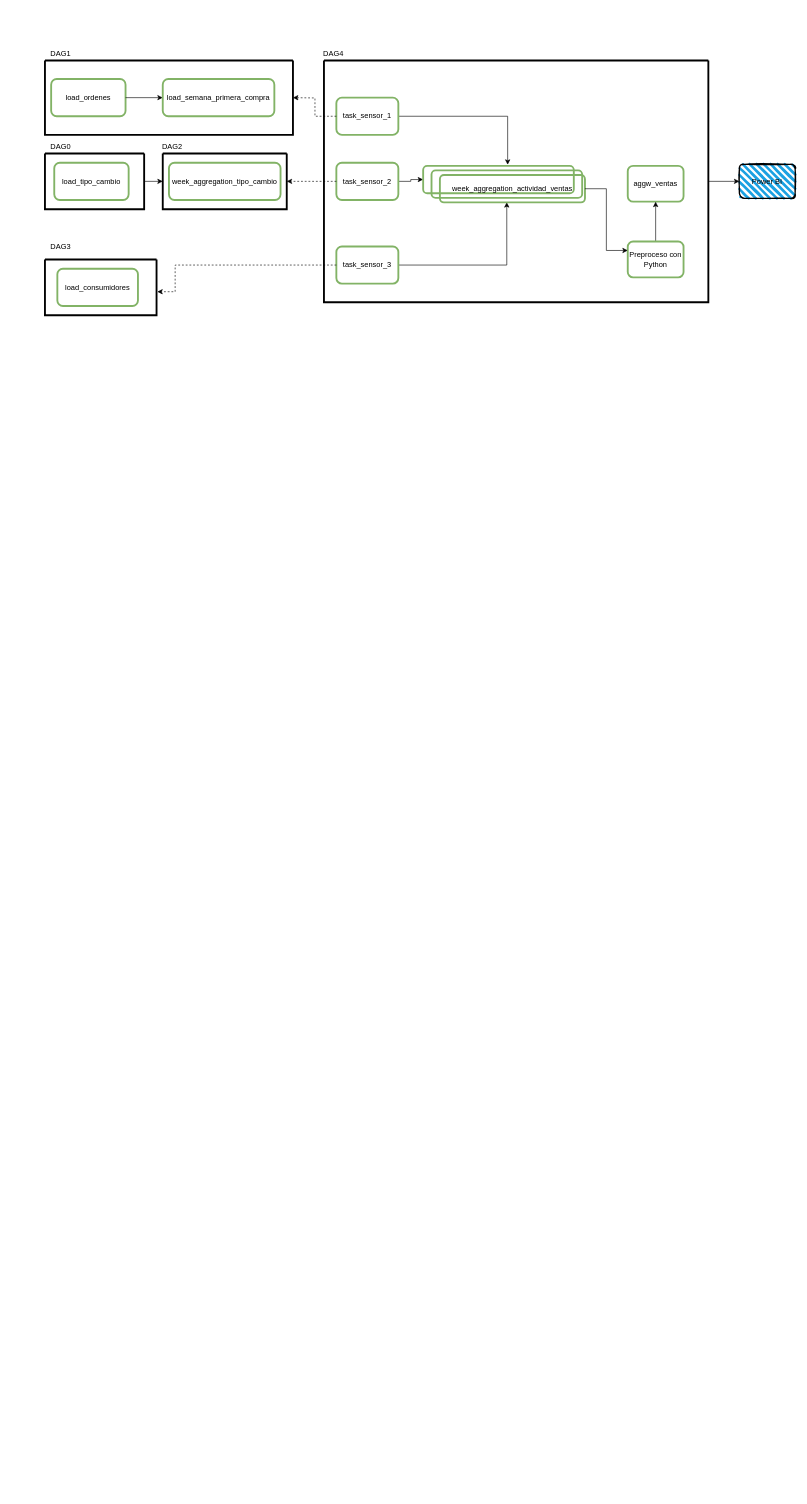
The draw.io diagram page "DAGs" (3 of 4) of fuXion_model.drawio in calobetoleon/fuxion_design, before the edit. Source tidied: cells renumbered, new cells numbered last; positions are measured from the earlier drawing's top-left corner, leaving out a move shared by most shapes. Both pictures are drawn from the tidied source at 62%, with x=0, y=0 at pixel (45, 48).
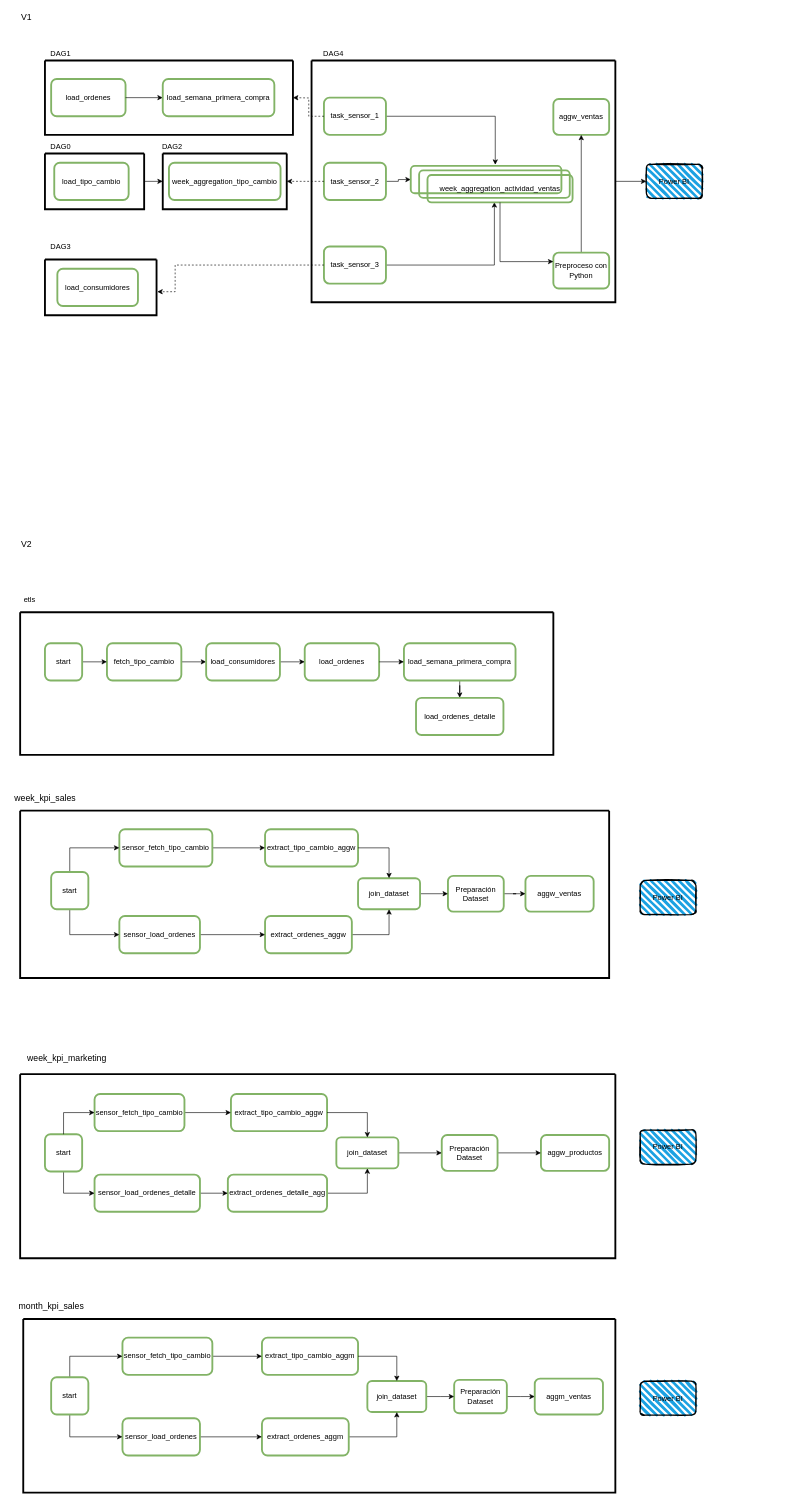
The same diagram, later.

Change to the diagram source:
```diff
@@
     <mxCell id="2" value="Power BI" style="rounded=1;whiteSpace=wrap;html=1;strokeWidth=2;fillWeight=4;hachureGap=8;hachureAngle=45;fillColor=#1ba1e2;sketch=1;" parent="1" vertex="1">
-      <mxGeometry x="1120" y="187.5" width="90" height="55" as="geometry" />
+      <mxGeometry x="970" y="187.5" width="90" height="55" as="geometry" />
     </mxCell>
@@
     <mxCell id="8" style="swimlane;startSize=0;strokeWidth=3;fillColor=none;gradientColor=none;" parent="1" vertex="1">
-      <mxGeometry x="450" y="20" width="620" height="390" as="geometry" />
+      <mxGeometry x="430" y="20" width="490" height="390" as="geometry" />
     </mxCell>
@@
     <mxCell id="19" value="aggw_ventas" style="rounded=1;whiteSpace=wrap;html=1;fillColor=none;strokeColor=#82b366;strokeWidth=3;" parent="8" vertex="1">
-      <mxGeometry x="490" y="170" width="90" height="57.8" as="geometry" />
+      <mxGeometry x="390" y="62.2" width="90" height="57.8" as="geometry" />
     </mxCell>
@@
     <mxCell id="21" value="Preproceso con Python" style="rounded=1;whiteSpace=wrap;html=1;fillColor=none;strokeColor=#82b366;strokeWidth=3;" parent="8" vertex="1">
-      <mxGeometry x="490" y="292" width="90" height="57.8" as="geometry" />
+      <mxGeometry x="390" y="310" width="90" height="57.8" as="geometry" />
     </mxCell>
@@
+    <mxCell id="38" value="V1" style="text;html=1;align=center;verticalAlign=middle;strokeColor=none;fillColor=none;fontSize=14;" parent="1" vertex="1">
+      <mxGeometry x="-45" y="-60" width="30" height="20" as="geometry" />
+    </mxCell>
+    <mxCell id="39" style="swimlane;startSize=0;strokeWidth=3;fillColor=none;gradientColor=none;" parent="1" vertex="1">
+      <mxGeometry x="-40" y="910" width="860" height="230" as="geometry" />
+    </mxCell>
+    <mxCell id="40" value="load_ordenes" style="rounded=1;whiteSpace=wrap;html=1;fillColor=none;strokeColor=#82b366;strokeWidth=3;" parent="39" vertex="1">
+      <mxGeometry x="459" y="50" width="120" height="60" as="geometry" />
+    </mxCell>
+    <mxCell id="41" style="edgeStyle=orthogonalEdgeStyle;rounded=0;jettySize=auto;html=1;fontSize=14;" parent="39" edge="1" source="42" target="47">
+      <mxGeometry relative="1" as="geometry" />
+    </mxCell>
+    <mxCell id="42" value="fetch_tipo_cambio" style="rounded=1;whiteSpace=wrap;html=1;fillColor=none;strokeColor=#82b366;strokeWidth=3;" parent="39" vertex="1">
+      <mxGeometry x="140" y="50" width="120" height="60" as="geometry" />
+    </mxCell>
+    <mxCell id="43" style="edgeStyle=orthogonalEdgeStyle;rounded=0;jettySize=auto;html=1;fontSize=14;" parent="39" edge="1" source="44" target="48">
+      <mxGeometry relative="1" as="geometry" />
+    </mxCell>
+    <mxCell id="44" value="load_semana_primera_compra" style="rounded=1;whiteSpace=wrap;html=1;fillColor=none;strokeColor=#82b366;strokeWidth=3;" parent="39" vertex="1">
+      <mxGeometry x="619" y="50" width="180" height="60" as="geometry" />
+    </mxCell>
+    <mxCell id="45" style="edgeStyle=orthogonalEdgeStyle;rounded=0;jettySize=auto;html=1;" parent="39" edge="1" source="40" target="44">
+      <mxGeometry relative="1" as="geometry" />
+    </mxCell>
+    <mxCell id="46" style="edgeStyle=orthogonalEdgeStyle;rounded=0;jettySize=auto;html=1;fontSize=14;" parent="39" edge="1" source="47" target="40">
+      <mxGeometry relative="1" as="geometry" />
+    </mxCell>
+    <mxCell id="47" value="load_consumidores" style="rounded=1;whiteSpace=wrap;html=1;fillColor=none;strokeColor=#82b366;strokeWidth=3;" parent="39" vertex="1">
+      <mxGeometry x="300" y="50" width="119" height="60" as="geometry" />
+    </mxCell>
+    <mxCell id="48" value="load_ordenes_detalle" style="rounded=1;whiteSpace=wrap;html=1;fillColor=none;strokeColor=#82b366;strokeWidth=3;" parent="39" vertex="1">
+      <mxGeometry x="638.5" y="138" width="141" height="60" as="geometry" />
+    </mxCell>
+    <mxCell id="49" style="edgeStyle=orthogonalEdgeStyle;rounded=0;jettySize=auto;html=1;fontSize=14;" parent="39" edge="1" source="50" target="42">
+      <mxGeometry relative="1" as="geometry" />
+    </mxCell>
+    <mxCell id="50" value="start" style="rounded=1;whiteSpace=wrap;html=1;fillColor=none;strokeColor=#82b366;strokeWidth=3;" parent="39" vertex="1">
+      <mxGeometry x="40" y="50" width="60" height="60" as="geometry" />
+    </mxCell>
+    <mxCell id="51" value="V2" style="text;html=1;align=center;verticalAlign=middle;strokeColor=none;fillColor=none;fontSize=14;" parent="1" vertex="1">
+      <mxGeometry x="-45" y="790" width="30" height="20" as="geometry" />
+    </mxCell>
+    <mxCell id="52" value="etls" style="text;html=1;align=center;verticalAlign=middle;strokeColor=none;fillColor=none;" parent="1" vertex="1">
+      <mxGeometry x="-40" y="880" width="30" height="20" as="geometry" />
+    </mxCell>
+    <mxCell id="53" style="swimlane;startSize=0;rounded=0;shadow=0;glass=0;sketch=0;fontSize=14;fillColor=none;align=center;verticalAlign=middle;strokeWidth=3;" parent="1" vertex="1">
+      <mxGeometry x="-40" y="1230" width="950" height="270" as="geometry" />
+    </mxCell>
+    <mxCell id="54" value="aggw_ventas" style="rounded=1;whiteSpace=wrap;html=1;fillColor=none;strokeColor=#82b366;strokeWidth=3;" parent="53" vertex="1">
+      <mxGeometry x="815" y="105.1" width="110" height="57.8" as="geometry" />
+    </mxCell>
+    <mxCell id="55" style="edgeStyle=orthogonalEdgeStyle;rounded=0;jettySize=auto;html=1;" parent="53" edge="1" source="56" target="54">
+      <mxGeometry relative="1" as="geometry" />
+    </mxCell>
+    <mxCell id="56" value="Preparación Dataset" style="rounded=1;whiteSpace=wrap;html=1;fillColor=none;strokeColor=#82b366;strokeWidth=3;" parent="53" vertex="1">
+      <mxGeometry x="690" y="105.1" width="90" height="57.8" as="geometry" />
+    </mxCell>
+    <mxCell id="57" value="extract_tipo_cambio_aggw" style="rounded=1;whiteSpace=wrap;html=1;fillColor=none;strokeColor=#82b366;strokeWidth=3;" parent="53" vertex="1">
+      <mxGeometry x="395" y="30" width="150" height="60" as="geometry" />
+    </mxCell>
+    <mxCell id="58" style="edgeStyle=orthogonalEdgeStyle;rounded=0;jettySize=auto;html=1;fontSize=14;" parent="53" edge="1" source="59" target="56">
+      <mxGeometry relative="1" as="geometry" />
+    </mxCell>
+    <mxCell id="59" value="join_dataset" style="rounded=1;whiteSpace=wrap;html=1;fillColor=none;strokeColor=#82b366;strokeWidth=3;" parent="53" vertex="1">
+      <mxGeometry x="545" y="109" width="100" height="50" as="geometry" />
+    </mxCell>
+    <mxCell id="60" style="edgeStyle=orthogonalEdgeStyle;rounded=0;jettySize=auto;html=1;fontSize=14;exitX=1;exitY=0.5;exitDx=0;exitDy=0;" parent="53" edge="1" source="57" target="59">
+      <mxGeometry relative="1" as="geometry" />
+    </mxCell>
+    <mxCell id="61" style="edgeStyle=orthogonalEdgeStyle;rounded=0;jettySize=auto;html=1;fontSize=14;" parent="53" edge="1" source="62" target="59">
+      <mxGeometry relative="1" as="geometry" />
+    </mxCell>
+    <mxCell id="62" value="extract_ordenes_aggw" style="rounded=1;whiteSpace=wrap;html=1;fillColor=none;strokeColor=#82b366;strokeWidth=3;" parent="53" vertex="1">
+      <mxGeometry x="395" y="170" width="140" height="60" as="geometry" />
+    </mxCell>
+    <mxCell id="63" style="edgeStyle=orthogonalEdgeStyle;rounded=0;jettySize=auto;html=1;fontSize=14;" parent="53" edge="1" source="64" target="57">
+      <mxGeometry relative="1" as="geometry" />
+    </mxCell>
+    <mxCell id="64" value="sensor_fetch_tipo_cambio" style="rounded=1;whiteSpace=wrap;html=1;fillColor=none;strokeColor=#82b366;strokeWidth=3;" parent="53" vertex="1">
+      <mxGeometry x="160" y="30" width="150" height="60" as="geometry" />
+    </mxCell>
+    <mxCell id="65" style="edgeStyle=orthogonalEdgeStyle;rounded=0;jettySize=auto;html=1;fontSize=14;" parent="53" edge="1" source="66" target="62">
+      <mxGeometry relative="1" as="geometry" />
+    </mxCell>
+    <mxCell id="66" value="sensor_load_ordenes" style="rounded=1;whiteSpace=wrap;html=1;fillColor=none;strokeColor=#82b366;strokeWidth=3;" parent="53" vertex="1">
+      <mxGeometry x="160" y="170" width="130" height="60" as="geometry" />
+    </mxCell>
+    <mxCell id="67" style="edgeStyle=orthogonalEdgeStyle;rounded=0;jettySize=auto;html=1;fontSize=14;exitX=0.5;exitY=0;exitDx=0;exitDy=0;" parent="53" edge="1" source="69">
+      <mxGeometry relative="1" as="geometry">
+        <mxPoint x="160" y="60" as="targetPoint" />
+        <Array as="points">
+          <mxPoint x="80" y="60" />
+          <mxPoint x="160" y="60" />
+        </Array>
+      </mxGeometry>
+    </mxCell>
+    <mxCell id="68" style="edgeStyle=orthogonalEdgeStyle;rounded=0;jettySize=auto;html=1;fontSize=14;entryX=0;entryY=0.5;entryDx=0;entryDy=0;exitX=0.5;exitY=1;exitDx=0;exitDy=0;" parent="53" edge="1" source="69" target="66">
+      <mxGeometry relative="1" as="geometry" />
+    </mxCell>
+    <mxCell id="69" value="start" style="rounded=1;whiteSpace=wrap;html=1;fillColor=none;strokeColor=#82b366;strokeWidth=3;" parent="53" vertex="1">
+      <mxGeometry x="50" y="99" width="60" height="60" as="geometry" />
+    </mxCell>
+    <mxCell id="70" value="week_kpi_sales" style="text;html=1;align=center;verticalAlign=middle;strokeColor=none;fillColor=none;fontSize=14;" parent="1" vertex="1">
+      <mxGeometry x="-55" y="1200" width="110" height="20" as="geometry" />
+    </mxCell>
+    <mxCell id="71" style="swimlane;startSize=0;rounded=0;shadow=0;glass=0;sketch=0;fontSize=14;fillColor=none;align=center;verticalAlign=middle;strokeWidth=3;" parent="1" vertex="1">
+      <mxGeometry x="-35" y="2050" width="955" height="280" as="geometry" />
+    </mxCell>
+    <mxCell id="72" value="aggm_ventas" style="rounded=1;whiteSpace=wrap;html=1;fillColor=none;strokeColor=#82b366;strokeWidth=3;" parent="71" vertex="1">
+      <mxGeometry x="825" y="96.1" width="110" height="57.8" as="geometry" />
+    </mxCell>
+    <mxCell id="73" style="edgeStyle=orthogonalEdgeStyle;rounded=0;jettySize=auto;html=1;" parent="71" edge="1" source="74" target="72">
+      <mxGeometry relative="1" as="geometry" />
+    </mxCell>
+    <mxCell id="74" value="Preparación Dataset" style="rounded=1;whiteSpace=wrap;html=1;fillColor=none;strokeColor=#82b366;strokeWidth=3;" parent="71" vertex="1">
+      <mxGeometry x="695" y="98.1" width="85" height="53.9" as="geometry" />
+    </mxCell>
+    <mxCell id="75" value="extract_tipo_cambio_aggm" style="rounded=1;whiteSpace=wrap;html=1;fillColor=none;strokeColor=#82b366;strokeWidth=3;" parent="71" vertex="1">
+      <mxGeometry x="385" y="30" width="155" height="60" as="geometry" />
+    </mxCell>
+    <mxCell id="76" style="edgeStyle=orthogonalEdgeStyle;rounded=0;jettySize=auto;html=1;fontSize=14;" parent="71" edge="1" source="77" target="74">
+      <mxGeometry relative="1" as="geometry" />
+    </mxCell>
+    <mxCell id="77" value="join_dataset" style="rounded=1;whiteSpace=wrap;html=1;fillColor=none;strokeColor=#82b366;strokeWidth=3;" parent="71" vertex="1">
+      <mxGeometry x="555" y="100" width="95" height="50" as="geometry" />
+    </mxCell>
+    <mxCell id="78" style="edgeStyle=orthogonalEdgeStyle;rounded=0;jettySize=auto;html=1;fontSize=14;" parent="71" edge="1" source="75" target="77">
+      <mxGeometry relative="1" as="geometry" />
+    </mxCell>
+    <mxCell id="79" style="edgeStyle=orthogonalEdgeStyle;rounded=0;jettySize=auto;html=1;fontSize=14;" parent="71" edge="1" source="80" target="77">
+      <mxGeometry relative="1" as="geometry" />
+    </mxCell>
+    <mxCell id="80" value="extract_ordenes_aggm" style="rounded=1;whiteSpace=wrap;html=1;fillColor=none;strokeColor=#82b366;strokeWidth=3;" parent="71" vertex="1">
+      <mxGeometry x="385" y="160" width="140" height="60" as="geometry" />
+    </mxCell>
+    <mxCell id="81" style="edgeStyle=orthogonalEdgeStyle;rounded=0;jettySize=auto;html=1;fontSize=14;" parent="71" edge="1" source="82" target="75">
+      <mxGeometry relative="1" as="geometry" />
+    </mxCell>
+    <mxCell id="82" value="sensor_fetch_tipo_cambio" style="rounded=1;whiteSpace=wrap;html=1;fillColor=none;strokeColor=#82b366;strokeWidth=3;" parent="71" vertex="1">
+      <mxGeometry x="160" y="30" width="145" height="60" as="geometry" />
+    </mxCell>
+    <mxCell id="83" style="edgeStyle=orthogonalEdgeStyle;rounded=0;jettySize=auto;html=1;fontSize=14;" parent="71" edge="1" source="84" target="80">
+      <mxGeometry relative="1" as="geometry" />
+    </mxCell>
+    <mxCell id="84" value="sensor_load_ordenes" style="rounded=1;whiteSpace=wrap;html=1;fillColor=none;strokeColor=#82b366;strokeWidth=3;" parent="71" vertex="1">
+      <mxGeometry x="160" y="160" width="125" height="60" as="geometry" />
+    </mxCell>
+    <mxCell id="85" style="edgeStyle=orthogonalEdgeStyle;rounded=0;jettySize=auto;html=1;fontSize=14;exitX=0.5;exitY=0;exitDx=0;exitDy=0;" parent="71" edge="1" source="87">
+      <mxGeometry relative="1" as="geometry">
+        <mxPoint x="160" y="60" as="targetPoint" />
+        <Array as="points">
+          <mxPoint x="75" y="60" />
+          <mxPoint x="160" y="60" />
+        </Array>
+      </mxGeometry>
+    </mxCell>
+    <mxCell id="86" style="edgeStyle=orthogonalEdgeStyle;rounded=0;jettySize=auto;html=1;fontSize=14;entryX=0;entryY=0.5;entryDx=0;entryDy=0;exitX=0.5;exitY=1;exitDx=0;exitDy=0;" parent="71" edge="1" source="87" target="84">
+      <mxGeometry relative="1" as="geometry" />
+    </mxCell>
+    <mxCell id="87" value="start" style="rounded=1;whiteSpace=wrap;html=1;fillColor=none;strokeColor=#82b366;strokeWidth=3;" parent="71" vertex="1">
+      <mxGeometry x="45" y="93.9" width="60" height="60" as="geometry" />
+    </mxCell>
+    <mxCell id="88" value="month_kpi_sales" style="text;html=1;align=center;verticalAlign=middle;strokeColor=none;fillColor=none;fontSize=14;" parent="1" vertex="1">
+      <mxGeometry x="-50" y="2020" width="120" height="20" as="geometry" />
+    </mxCell>
+    <mxCell id="89" style="swimlane;startSize=0;rounded=0;shadow=0;glass=0;sketch=0;fontSize=14;fillColor=default;align=center;verticalAlign=middle;strokeWidth=3;" parent="1" vertex="1">
+      <mxGeometry x="-40" y="1655" width="960" height="297" as="geometry" />
+    </mxCell>
+    <mxCell id="90" value="aggw_productos" style="rounded=1;whiteSpace=wrap;html=1;fillColor=none;strokeColor=#82b366;strokeWidth=3;" parent="89" vertex="1">
+      <mxGeometry x="840" y="98.1" width="110" height="57.8" as="geometry" />
+    </mxCell>
+    <mxCell id="91" style="edgeStyle=orthogonalEdgeStyle;rounded=0;jettySize=auto;html=1;" parent="89" edge="1" source="92" target="90">
+      <mxGeometry relative="1" as="geometry" />
+    </mxCell>
+    <mxCell id="92" value="Preparación Dataset" style="rounded=1;whiteSpace=wrap;html=1;fillColor=none;strokeColor=#82b366;strokeWidth=3;" parent="89" vertex="1">
+      <mxGeometry x="680" y="98.1" width="90" height="57.8" as="geometry" />
+    </mxCell>
+    <mxCell id="93" value="extract_tipo_cambio_aggw" style="rounded=1;whiteSpace=wrap;html=1;fillColor=none;strokeColor=#82b366;strokeWidth=3;" parent="89" vertex="1">
+      <mxGeometry x="340" y="32" width="155" height="60" as="geometry" />
+    </mxCell>
+    <mxCell id="94" style="edgeStyle=orthogonalEdgeStyle;rounded=0;jettySize=auto;html=1;fontSize=14;" parent="89" edge="1" source="95" target="92">
+      <mxGeometry relative="1" as="geometry" />
+    </mxCell>
+    <mxCell id="95" value="join_dataset" style="rounded=1;whiteSpace=wrap;html=1;fillColor=none;strokeColor=#82b366;strokeWidth=3;" parent="89" vertex="1">
+      <mxGeometry x="510" y="102" width="100" height="50" as="geometry" />
+    </mxCell>
+    <mxCell id="96" style="edgeStyle=orthogonalEdgeStyle;rounded=0;jettySize=auto;html=1;fontSize=14;" parent="89" edge="1" source="93" target="95">
+      <mxGeometry relative="1" as="geometry" />
+    </mxCell>
+    <mxCell id="97" style="edgeStyle=orthogonalEdgeStyle;rounded=0;jettySize=auto;html=1;fontSize=14;" parent="89" edge="1" source="98" target="95">
+      <mxGeometry relative="1" as="geometry" />
+    </mxCell>
+    <mxCell id="98" value="extract_ordenes_detalle_agg" style="rounded=1;whiteSpace=wrap;html=1;fillColor=none;strokeColor=#82b366;strokeWidth=3;" parent="89" vertex="1">
+      <mxGeometry x="335" y="162" width="160" height="60" as="geometry" />
+    </mxCell>
+    <mxCell id="99" style="edgeStyle=orthogonalEdgeStyle;rounded=0;jettySize=auto;html=1;fontSize=14;" parent="89" edge="1" source="100" target="93">
+      <mxGeometry relative="1" as="geometry" />
+    </mxCell>
+    <mxCell id="100" value="sensor_fetch_tipo_cambio" style="rounded=1;whiteSpace=wrap;html=1;fillColor=none;strokeColor=#82b366;strokeWidth=3;" parent="89" vertex="1">
+      <mxGeometry x="120" y="32" width="145" height="60" as="geometry" />
+    </mxCell>
+    <mxCell id="101" style="edgeStyle=orthogonalEdgeStyle;rounded=0;jettySize=auto;html=1;fontSize=14;" parent="89" edge="1" source="102" target="98">
+      <mxGeometry relative="1" as="geometry" />
+    </mxCell>
+    <mxCell id="102" value="sensor_load_ordenes_detalle" style="rounded=1;whiteSpace=wrap;html=1;fillColor=none;strokeColor=#82b366;strokeWidth=3;" parent="89" vertex="1">
+      <mxGeometry x="120" y="162" width="170" height="60" as="geometry" />
+    </mxCell>
+    <mxCell id="103" style="edgeStyle=orthogonalEdgeStyle;rounded=0;jettySize=auto;html=1;fontSize=14;entryX=0;entryY=0.5;entryDx=0;entryDy=0;exitX=0.5;exitY=1;exitDx=0;exitDy=0;" parent="89" edge="1" source="104" target="102">
+      <mxGeometry relative="1" as="geometry" />
+    </mxCell>
+    <mxCell id="104" value="start" style="rounded=1;whiteSpace=wrap;html=1;fillColor=none;strokeColor=#82b366;strokeWidth=3;" parent="89" vertex="1">
+      <mxGeometry x="40" y="97" width="60" height="60" as="geometry" />
+    </mxCell>
+    <mxCell id="105" style="edgeStyle=orthogonalEdgeStyle;rounded=0;jettySize=auto;html=1;fontSize=14;exitX=0.5;exitY=0;exitDx=0;exitDy=0;" parent="89" edge="1" source="104">
+      <mxGeometry relative="1" as="geometry">
+        <mxPoint x="120" y="62" as="targetPoint" />
+        <Array as="points">
+          <mxPoint x="70" y="62" />
+          <mxPoint x="120" y="62" />
+        </Array>
+      </mxGeometry>
+    </mxCell>
+    <mxCell id="106" value="week_kpi_marketing" style="text;html=1;align=center;verticalAlign=middle;strokeColor=none;fillColor=none;fontSize=14;" parent="1" vertex="1">
+      <mxGeometry x="-35" y="1620" width="140" height="20" as="geometry" />
+    </mxCell>
+    <mxCell id="107" value="Power BI" style="rounded=1;whiteSpace=wrap;html=1;strokeWidth=2;fillWeight=4;hachureGap=8;hachureAngle=45;fillColor=#1ba1e2;sketch=1;" parent="1" vertex="1">
+      <mxGeometry x="960" y="1342.5" width="90" height="55" as="geometry" />
+    </mxCell>
+    <mxCell id="108" value="Power BI" style="rounded=1;whiteSpace=wrap;html=1;strokeWidth=2;fillWeight=4;hachureGap=8;hachureAngle=45;fillColor=#1ba1e2;sketch=1;" parent="1" vertex="1">
+      <mxGeometry x="960" y="2150" width="90" height="55" as="geometry" />
+    </mxCell>
+    <mxCell id="109" value="Power BI" style="rounded=1;whiteSpace=wrap;html=1;strokeWidth=2;fillWeight=4;hachureGap=8;hachureAngle=45;fillColor=#1ba1e2;sketch=1;" parent="1" vertex="1">
+      <mxGeometry x="960" y="1745" width="90" height="55" as="geometry" />
+    </mxCell>
```
